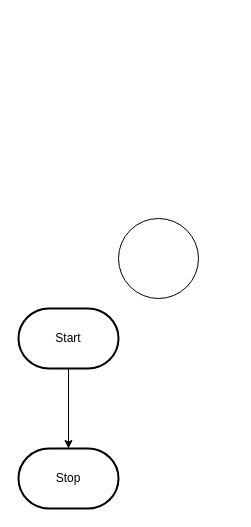
Earlier version of the draw.io diagram design/flowchart.drawio (MTHS-ICD2O-1-2023/ICD2O-Unit-3-04-nathan-desilva). Source tidied: cells renumbered, new cells numbered last; positions are measured from the earlier drawing's top-left corner, leaving out a move shared by most shapes. Both pictures are drawn from the tidied source at 100%, with x=0, y=0 at pixel (18, 218).
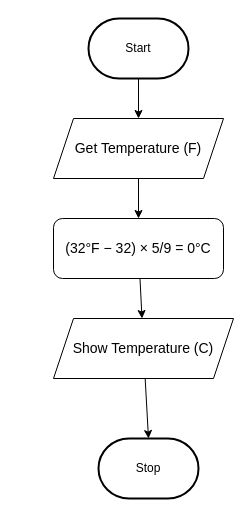
After the change.

Commit message (it also covers changes not shown here):
made flowchart

Diff of the diagram source:
```diff
@@
 <mxGraphModel>
   <root>
     <mxCell id="0" />
     <mxCell id="1" parent="0" />
-    <mxCell id="2" style="edgeStyle=orthogonalEdgeStyle;html=1;rounded=0;" parent="1" edge="1" source="3" target="4">
-      <mxGeometry relative="1" as="geometry" />
-    </mxCell>
+    <mxCell id="6" style="edgeStyle=none;html=1;fontSize=14;" parent="1" edge="1" source="3" target="8">
+      <mxGeometry relative="1" as="geometry" />
+    </mxCell>
     <mxCell id="3" value="Start" style="strokeWidth=2;html=1;shape=mxgraph.flowchart.terminator;whiteSpace=wrap;" parent="1" vertex="1">
-      <mxGeometry y="90" width="100" height="60" as="geometry" />
+      <mxGeometry x="70" y="-200" width="100" height="60" as="geometry" />
     </mxCell>
     <mxCell id="4" value="Stop" style="strokeWidth=2;html=1;shape=mxgraph.flowchart.terminator;whiteSpace=wrap;" parent="1" vertex="1">
-      <mxGeometry y="230" width="100" height="60" as="geometry" />
+      <mxGeometry x="80" y="220" width="100" height="60" as="geometry" />
     </mxCell>
-    <mxCell id="5" style="ellipse;whiteSpace=wrap;html=1;" parent="1" vertex="1">
-      <mxGeometry x="100" width="80" height="80" as="geometry" />
-    </mxCell>
+    <mxCell id="7" style="edgeStyle=none;html=1;fontSize=14;" parent="1" edge="1" source="8" target="10">
+      <mxGeometry relative="1" as="geometry" />
+    </mxCell>
+    <mxCell id="8" value="&lt;font style=&quot;font-size: 14px;&quot;&gt;Get Temperature (F)&lt;/font&gt;" style="shape=parallelogram;perimeter=parallelogramPerimeter;whiteSpace=wrap;html=1;fixedSize=1;" parent="1" vertex="1">
+      <mxGeometry x="35" y="-100" width="170" height="60" as="geometry" />
+    </mxCell>
+    <mxCell id="9" style="edgeStyle=none;html=1;fontSize=14;" parent="1" edge="1" source="10" target="12">
+      <mxGeometry relative="1" as="geometry" />
+    </mxCell>
+    <mxCell id="10" value="(32°F − 32) × 5/9 = 0°C" style="rounded=1;whiteSpace=wrap;html=1;fontSize=14;" parent="1" vertex="1">
+      <mxGeometry x="35" width="170" height="60" as="geometry" />
+    </mxCell>
+    <mxCell id="11" style="edgeStyle=none;html=1;entryX=0.5;entryY=0;entryDx=0;entryDy=0;entryPerimeter=0;fontSize=14;" parent="1" edge="1" source="12" target="4">
+      <mxGeometry relative="1" as="geometry" />
+    </mxCell>
+    <mxCell id="12" value="Show Temperature (C)" style="shape=parallelogram;perimeter=parallelogramPerimeter;whiteSpace=wrap;html=1;fixedSize=1;fontSize=14;" parent="1" vertex="1">
+      <mxGeometry x="35" y="100" width="180" height="60" as="geometry" />
+    </mxCell>
   </root>
 </mxGraphModel>
```
